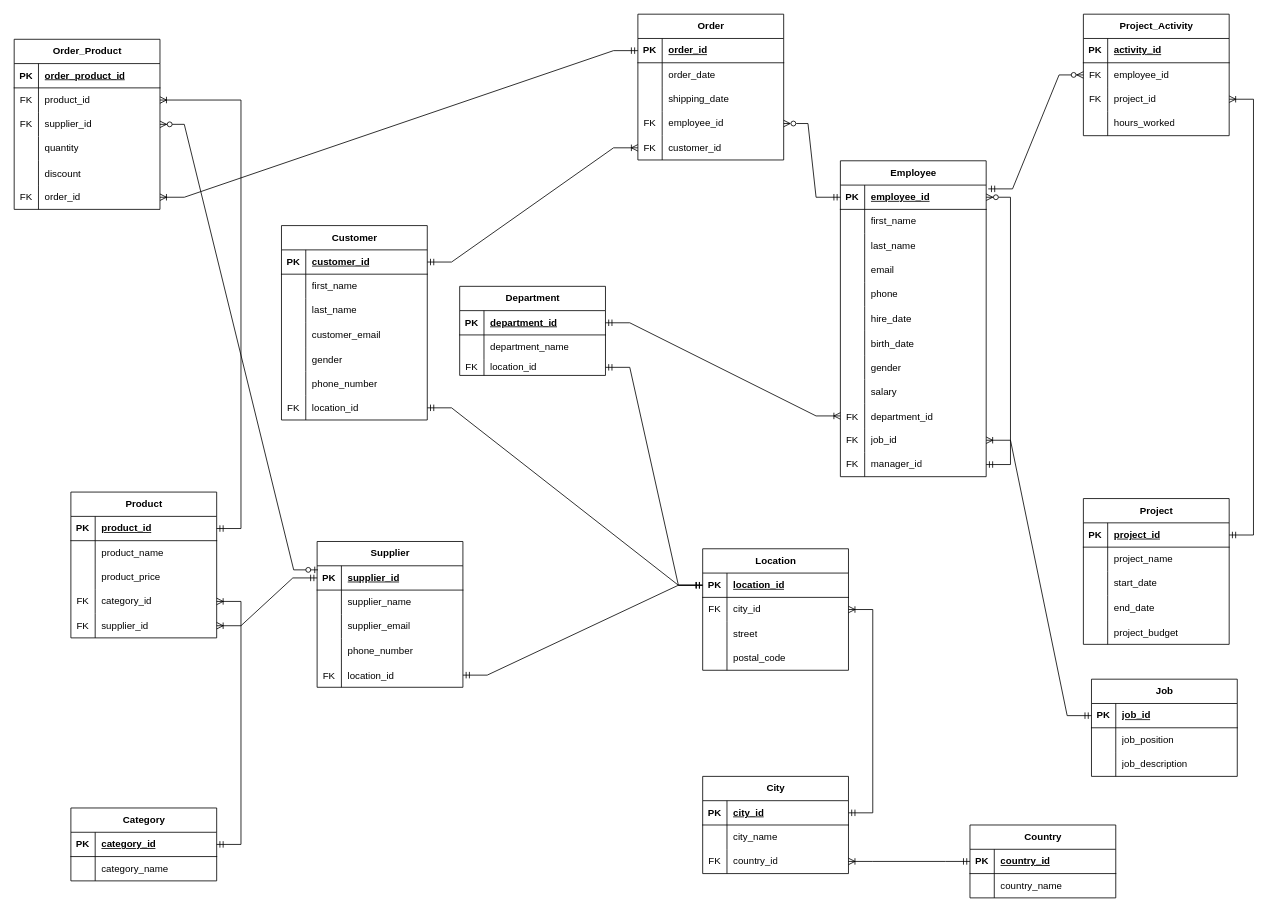
The draw.io diagram Untitled Diagram.drawio in Meyirzhan05/DBMS, before the edit. Source tidied: cells renumbered, new cells numbered last; positions are measured from the earlier drawing's top-left corner, leaving out a move shared by most shapes. Both pictures are drawn from the tidied source at 81%, with x=0, y=0 at pixel (14, 14).
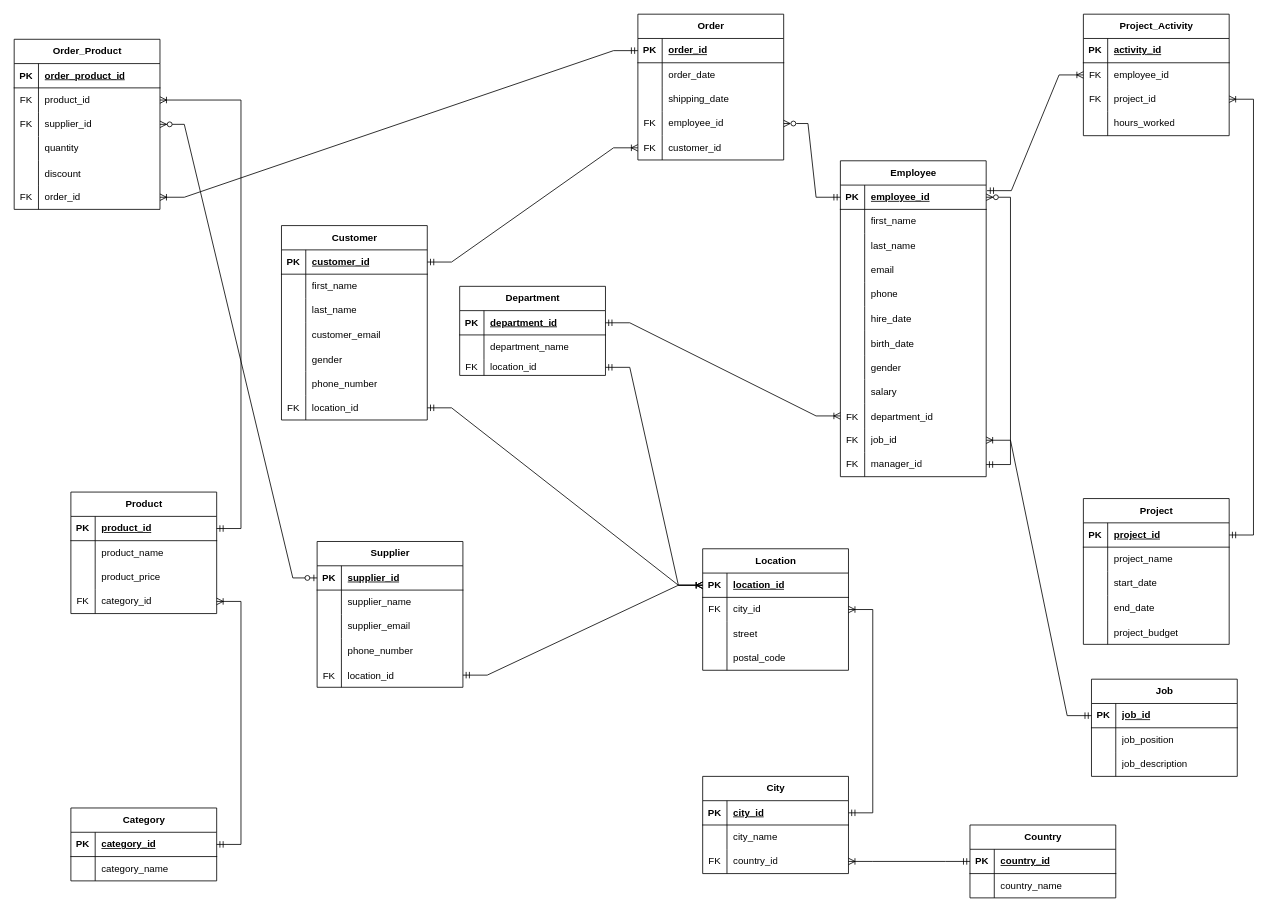
After the change.

Unchanged cells that the change refers to:
```xml
<mxCell id="3" style="shape=tableRow;horizontal=0;startSize=0;swimlaneHead=0;swimlaneBody=0;fillColor=none;points=[[0,0.5],[1,0.5]];portConstraint=eastwest;top=0;left=0;right=0;bottom=1;" parent="2" vertex="1">
  <mxGeometry y="30" width="180" height="30" as="geometry" />
</mxCell>
<mxCell id="47" style="shape=tableRow;horizontal=0;startSize=0;swimlaneHead=0;swimlaneBody=0;fillColor=none;points=[[0,0.5],[1,0.5]];portConstraint=eastwest;top=0;left=0;right=0;bottom=0;" parent="40" vertex="1">
  <mxGeometry y="90" width="180" height="20" as="geometry" />
</mxCell>
<mxCell id="81" style="shape=tableRow;horizontal=0;startSize=0;swimlaneHead=0;swimlaneBody=0;fillColor=none;points=[[0,0.5],[1,0.5]];portConstraint=eastwest;top=0;left=0;right=0;bottom=0;" parent="77" vertex="1">
  <mxGeometry y="60" width="180" height="30" as="geometry" />
</mxCell>
<mxCell id="109" style="shape=tableRow;horizontal=0;startSize=0;swimlaneHead=0;swimlaneBody=0;fillColor=none;points=[[0,0.5],[1,0.5]];portConstraint=eastwest;top=0;left=0;right=0;bottom=0;" parent="90" vertex="1">
  <mxGeometry y="210" width="180" height="30" as="geometry" />
</mxCell>
<mxCell id="113" style="shape=tableRow;horizontal=0;startSize=0;swimlaneHead=0;swimlaneBody=0;fillColor=none;points=[[0,0.5],[1,0.5]];portConstraint=eastwest;top=0;left=0;right=0;bottom=1;" parent="112" vertex="1">
  <mxGeometry y="30" width="180" height="30" as="geometry" />
</mxCell>
<mxCell id="159" style="shape=tableRow;horizontal=0;startSize=0;swimlaneHead=0;swimlaneBody=0;fillColor=none;points=[[0,0.5],[1,0.5]];portConstraint=eastwest;top=0;left=0;right=0;bottom=1;" parent="158" vertex="1">
  <mxGeometry y="30" width="180" height="30" as="geometry" />
</mxCell>
<mxCell id="171" style="shape=tableRow;horizontal=0;startSize=0;swimlaneHead=0;swimlaneBody=0;fillColor=none;points=[[0,0.5],[1,0.5]];portConstraint=eastwest;top=0;left=0;right=0;bottom=0;" parent="158" vertex="1">
  <mxGeometry y="150" width="180" height="30" as="geometry" />
</mxCell>
<mxCell id="204" style="shape=tableRow;horizontal=0;startSize=0;swimlaneHead=0;swimlaneBody=0;fillColor=none;points=[[0,0.5],[1,0.5]];portConstraint=eastwest;top=0;left=0;right=0;bottom=0;" parent="197" vertex="1">
  <mxGeometry y="90" width="180" height="30" as="geometry" />
</mxCell>
```

Diff of the diagram source:
```diff
@@
     <mxCell id="181" value="Product" style="shape=table;startSize=30;childLayout=tableLayout;rowLines=0;fontStyle=1;align=center;html=1;" parent="1" vertex="1">
-      <mxGeometry x="70" y="590" width="180" height="180" as="geometry" />
+      <mxGeometry x="70" y="590" width="180" height="150" as="geometry" />
     </mxCell>
@@
-    <mxCell id="194" style="shape=tableRow;horizontal=0;startSize=0;swimlaneHead=0;swimlaneBody=0;fillColor=none;points=[[0,0.5],[1,0.5]];portConstraint=eastwest;top=0;left=0;right=0;bottom=0;" parent="181" vertex="1">
-      <mxGeometry y="150" width="180" height="30" as="geometry" />
-    </mxCell>
-    <mxCell id="195" value="FK" style="shape=partialRectangle;fillColor=none;top=0;left=0;bottom=0;right=0;fontStyle=0;overflow=hidden;whiteSpace=wrap;html=1;" parent="194" vertex="1">
-      <mxGeometry width="30" height="30" as="geometry" />
-    </mxCell>
-    <mxCell id="196" value="supplier_id" style="shape=partialRectangle;fillColor=none;top=0;left=0;bottom=0;right=0;align=left;spacingLeft=6;fontStyle=0;overflow=hidden;whiteSpace=wrap;html=1;" parent="194" vertex="1">
-      <mxGeometry x="30" width="150" height="30" as="geometry" />
-    </mxCell>
@@
-    <mxCell id="217" style="edgeStyle=entityRelationEdgeStyle;fontSize=12;html=1;endArrow=ERzeroToMany;startArrow=ERmandOne;rounded=0;exitX=1.014;exitY=0.156;exitDx=0;exitDy=0;entryX=0;entryY=0.5;entryDx=0;entryDy=0;exitPerimeter=0;" parent="1" edge="1" source="3" target="81">
+    <mxCell id="217" style="edgeStyle=entityRelationEdgeStyle;fontSize=12;html=1;endArrow=ERoneToMany;startArrow=ERmandOne;rounded=0;exitX=1.006;exitY=0.229;exitDx=0;exitDy=0;entryX=0;entryY=0.5;entryDx=0;entryDy=0;exitPerimeter=0;endFill=0;" parent="1" edge="1" source="3" target="81">
       <mxGeometry relative="1" as="geometry" />
     </mxCell>
@@
-    <mxCell id="221" style="edgeStyle=entityRelationEdgeStyle;fontSize=12;html=1;endArrow=ERmandOne;startArrow=ERmandOne;rounded=0;exitX=0;exitY=0.5;exitDx=0;exitDy=0;entryX=1;entryY=0.5;entryDx=0;entryDy=0;endFill=0;" parent="1" edge="1" source="113" target="109">
+    <mxCell id="221" style="edgeStyle=entityRelationEdgeStyle;fontSize=12;html=1;endArrow=ERmandOne;startArrow=ERoneToMany;rounded=0;exitX=0;exitY=0.5;exitDx=0;exitDy=0;entryX=1;entryY=0.5;entryDx=0;entryDy=0;endFill=0;startFill=0;" parent="1" edge="1" source="113" target="109">
       <mxGeometry relative="1" as="geometry" />
     </mxCell>
@@
-    <mxCell id="225" style="edgeStyle=entityRelationEdgeStyle;fontSize=12;html=1;endArrow=ERoneToMany;startArrow=ERmandOne;rounded=0;entryX=1;entryY=0.5;entryDx=0;entryDy=0;" parent="1" edge="1" source="159" target="194">
-      <mxGeometry relative="1" as="geometry" />
-    </mxCell>
@@
-    <mxCell id="228" style="edgeStyle=entityRelationEdgeStyle;fontSize=12;html=1;endArrow=ERmandOne;startArrow=ERmandOne;rounded=0;endFill=0;exitX=0;exitY=0.5;exitDx=0;exitDy=0;entryX=1;entryY=0.5;entryDx=0;entryDy=0;" parent="1" edge="1" source="113" target="47">
+    <mxCell id="228" style="edgeStyle=entityRelationEdgeStyle;fontSize=12;html=1;endArrow=ERmandOne;startArrow=ERoneToMany;rounded=0;endFill=0;entryX=1;entryY=0.5;entryDx=0;entryDy=0;startFill=0;" parent="1" edge="1" source="113" target="47">
       <mxGeometry relative="1" as="geometry" />
     </mxCell>
-    <mxCell id="229" style="edgeStyle=entityRelationEdgeStyle;fontSize=12;html=1;endArrow=ERmandOne;startArrow=ERmandOne;rounded=0;exitX=1;exitY=0.5;exitDx=0;exitDy=0;endFill=0;entryX=0;entryY=0.5;entryDx=0;entryDy=0;" parent="1" edge="1" source="171" target="113">
+    <mxCell id="229" style="edgeStyle=entityRelationEdgeStyle;fontSize=12;html=1;endArrow=ERoneToMany;startArrow=ERmandOne;rounded=0;exitX=1;exitY=0.5;exitDx=0;exitDy=0;endFill=0;entryX=0;entryY=0.5;entryDx=0;entryDy=0;" parent="1" edge="1" source="171" target="113">
       <mxGeometry relative="1" as="geometry" />
     </mxCell>
-    <mxCell id="230" style="edgeStyle=entityRelationEdgeStyle;fontSize=12;html=1;endArrow=ERzeroToMany;startArrow=ERzeroToOne;rounded=0;entryX=1;entryY=0.5;entryDx=0;entryDy=0;exitX=0.006;exitY=0.168;exitDx=0;exitDy=0;exitPerimeter=0;" parent="1" edge="1" source="159" target="204">
+    <mxCell id="230" style="edgeStyle=entityRelationEdgeStyle;fontSize=12;html=1;endArrow=ERzeroToMany;startArrow=ERzeroToOne;rounded=0;entryX=1;entryY=0.5;entryDx=0;entryDy=0;exitX=0;exitY=0.5;exitDx=0;exitDy=0;" parent="1" edge="1" source="159" target="204">
       <mxGeometry relative="1" as="geometry" />
     </mxCell>
```
